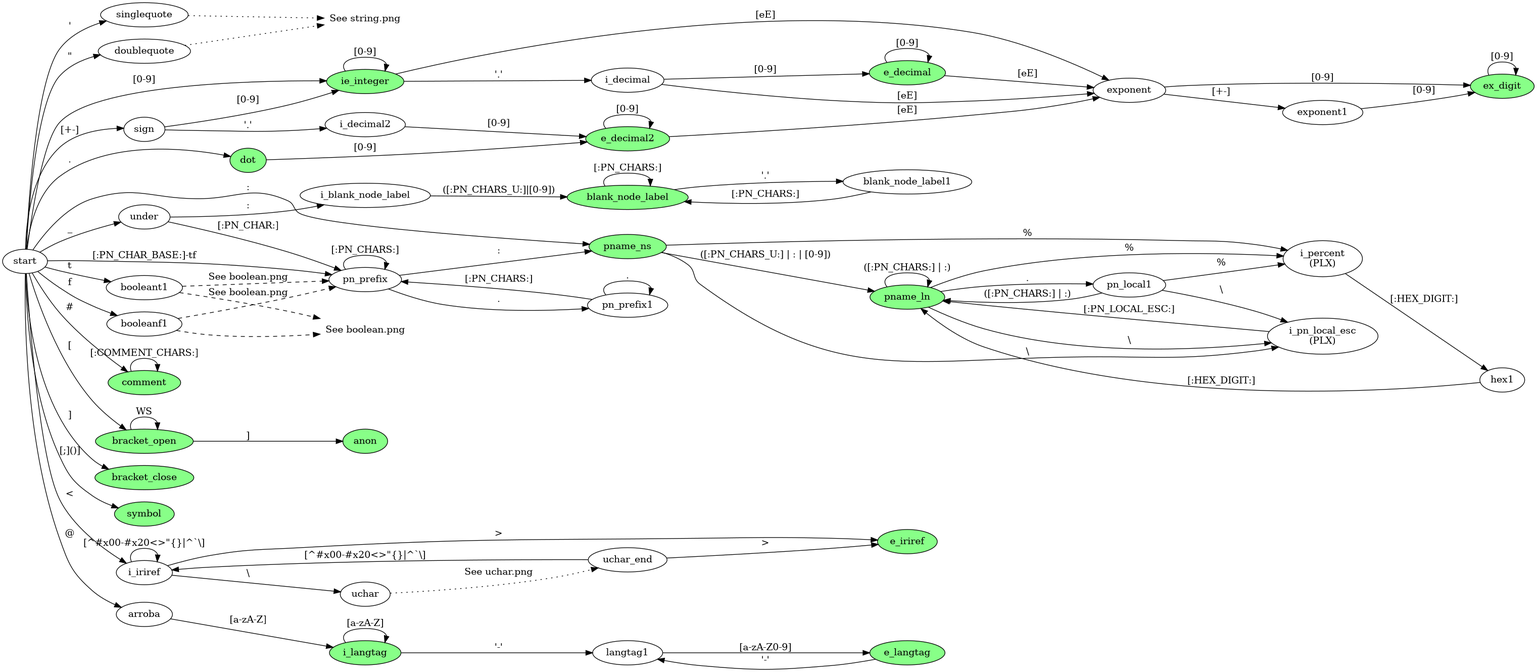
Earlier version of the Graphviz export design/automata.png (cnngimenez/SeA-turtle). Its source is kept beside it as design/automata.dot.
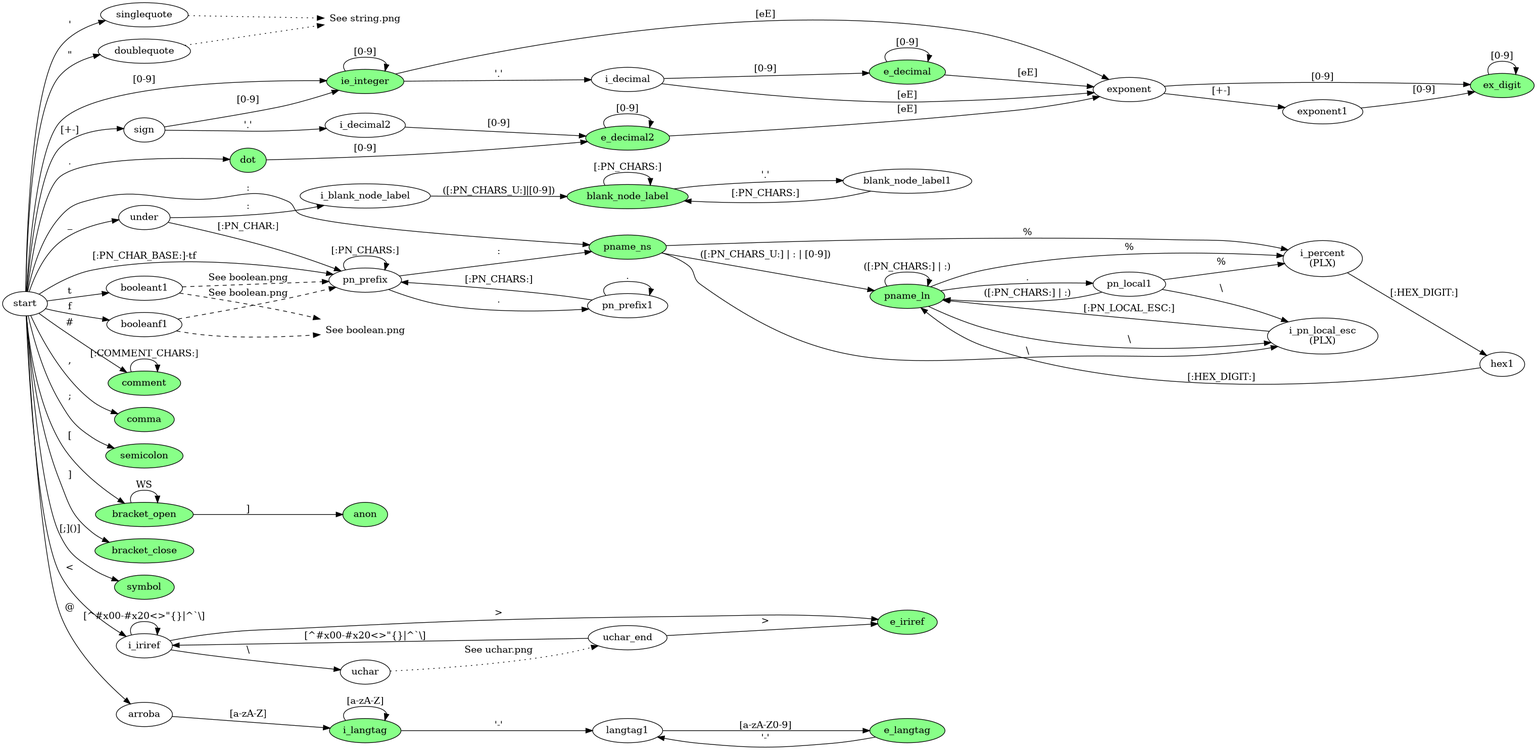
Later version of the same file.

Commit message:
Automata recognises ";" and "," tokens.

What changed in the source:
```diff
@@ -23,6 +23,8 @@
         blank_node_label [style=filled, fillcolor="#88ff88"];
         comment [style=filled, fillcolor="#88ff88"];
         dot [style=filled, fillcolor="#88ff88"];
+	comma [style=filled, fillcolor="#88ff88"];
+        semicolon [style=filled, fillcolor="#88ff88"];
         bracket_open [style=filled, fillcolor="#88ff88"];
 	bracket_close [style=filled, fillcolor="#88ff88"];
         symbol [style=filled, fillcolor="#88ff88"];
@@ -142,4 +144,7 @@
 	start -> bracket_close [label="]"];
 
         start -> symbol [label="[;]()]"];
+
+	start -> semicolon [label=";"];
+	start -> comma [label=","];
 }
```
